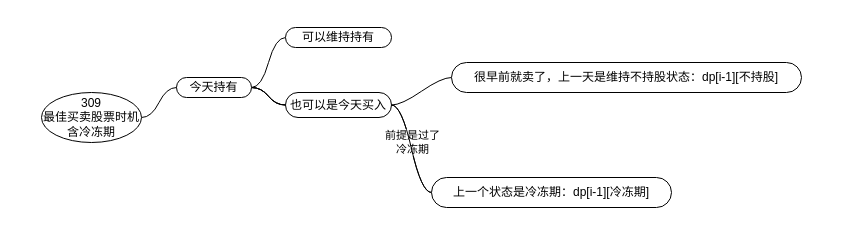
Before: Leetcode.drawio in AkiraZheng/diagrams, a draw.io diagram. Source tidied: cells renumbered, new cells numbered last; positions are measured from the earlier drawing's top-left corner, leaving out a move shared by most shapes. Both pictures are drawn from the tidied source at 100%, with x=0, y=0 at pixel (41, 27).
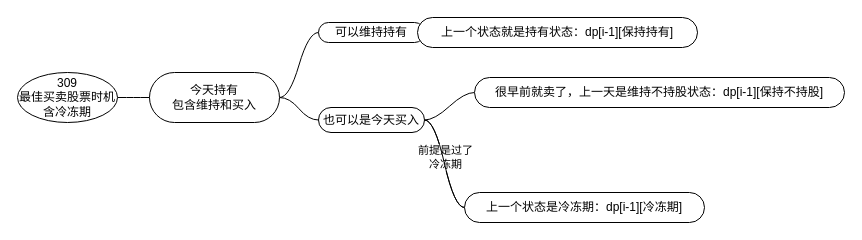
The same page after the edit.

The edit, as a diff of the source:
```diff
@@
 <mxGraphModel>
   <root>
     <mxCell id="0" />
     <mxCell id="1" parent="0" />
-    <mxCell id="2" style="edgeStyle=entityRelationEdgeStyle;rounded=0;jettySize=auto;html=1;startArrow=none;endArrow=none;segment=10;curved=1;sourcePerimeterSpacing=0;targetPerimeterSpacing=0;" parent="1" edge="1" source="6" target="9">
+    <mxCell id="2" style="edgeStyle=entityRelationEdgeStyle;rounded=0;jettySize=auto;html=1;startArrow=none;endArrow=none;segment=10;curved=1;sourcePerimeterSpacing=0;targetPerimeterSpacing=0;exitX=1;exitY=0.5;exitDx=0;exitDy=0;" parent="1" edge="1" source="6" target="9">
       <mxGeometry relative="1" as="geometry" />
     </mxCell>
-    <mxCell id="3" style="edgeStyle=entityRelationEdgeStyle;rounded=0;jettySize=auto;html=1;startArrow=none;endArrow=none;segment=10;curved=1;sourcePerimeterSpacing=0;targetPerimeterSpacing=0;" parent="1" edge="1" source="6" target="14">
-      <mxGeometry relative="1" as="geometry" />
-    </mxCell>
-    <mxCell id="4" style="edgeStyle=entityRelationEdgeStyle;rounded=0;jettySize=auto;html=1;startArrow=none;endArrow=none;segment=10;curved=1;sourcePerimeterSpacing=0;targetPerimeterSpacing=0;" parent="1" edge="1" source="6" target="14">
-      <mxGeometry relative="1" as="geometry" />
-    </mxCell>
-    <mxCell id="5" style="edgeStyle=entityRelationEdgeStyle;rounded=0;jettySize=auto;html=1;startArrow=none;endArrow=none;segment=10;curved=1;sourcePerimeterSpacing=0;targetPerimeterSpacing=0;" parent="1" edge="1" source="6" target="14">
+    <mxCell id="5" style="edgeStyle=entityRelationEdgeStyle;rounded=0;jettySize=auto;html=1;startArrow=none;endArrow=none;segment=10;curved=1;sourcePerimeterSpacing=0;targetPerimeterSpacing=0;exitX=1;exitY=0.5;exitDx=0;exitDy=0;" parent="1" edge="1" source="6" target="14">
       <mxGeometry relative="1" as="geometry" />
     </mxCell>
-    <mxCell id="6" value="今天持有" style="whiteSpace=wrap;html=1;rounded=1;arcSize=50;align=center;verticalAlign=middle;strokeWidth=1;spacing=4;newEdgeStyle={&quot;edgeStyle&quot;:&quot;entityRelationEdgeStyle&quot;,&quot;startArrow&quot;:&quot;none&quot;,&quot;endArrow&quot;:&quot;none&quot;,&quot;segment&quot;:10,&quot;curved&quot;:1,&quot;sourcePerimeterSpacing&quot;:0,&quot;targetPerimeterSpacing&quot;:0};" parent="1" vertex="1">
-      <mxGeometry x="135" y="50" width="75" height="20" as="geometry" />
+    <mxCell id="6" value="今天持有&lt;br&gt;包含维持和买入" style="whiteSpace=wrap;html=1;rounded=1;arcSize=50;align=center;verticalAlign=middle;strokeWidth=1;spacing=4;newEdgeStyle={&quot;edgeStyle&quot;:&quot;entityRelationEdgeStyle&quot;,&quot;startArrow&quot;:&quot;none&quot;,&quot;endArrow&quot;:&quot;none&quot;,&quot;segment&quot;:10,&quot;curved&quot;:1,&quot;sourcePerimeterSpacing&quot;:0,&quot;targetPerimeterSpacing&quot;:0};" parent="1" vertex="1">
+      <mxGeometry x="108" y="45" width="130" height="50" as="geometry" />
     </mxCell>
     <mxCell id="7" style="edgeStyle=entityRelationEdgeStyle;startArrow=none;endArrow=none;segment=10;curved=1;sourcePerimeterSpacing=0;targetPerimeterSpacing=0;rounded=0;exitX=1;exitY=0.5;exitDx=0;exitDy=0;" parent="1" edge="1" source="8" target="6">
       <mxGeometry relative="1" as="geometry" />
     </mxCell>
     <mxCell id="8" value="309&lt;br&gt;最佳买卖股票时机&lt;br&gt;含冷冻期" style="ellipse;whiteSpace=wrap;html=1;align=center;newEdgeStyle={&quot;edgeStyle&quot;:&quot;entityRelationEdgeStyle&quot;,&quot;startArrow&quot;:&quot;none&quot;,&quot;endArrow&quot;:&quot;none&quot;,&quot;segment&quot;:10,&quot;curved&quot;:1,&quot;sourcePerimeterSpacing&quot;:0,&quot;targetPerimeterSpacing&quot;:0};" parent="1" vertex="1">
-      <mxGeometry y="65" width="100" height="50" as="geometry" />
+      <mxGeometry x="-24" y="45" width="100" height="50" as="geometry" />
     </mxCell>
+    <mxCell id="17" style="edgeStyle=entityRelationEdgeStyle;rounded=0;jettySize=auto;html=1;startArrow=none;endArrow=none;segment=10;curved=1;sourcePerimeterSpacing=0;targetPerimeterSpacing=0;" parent="1" edge="1" source="9" target="18">
+      <mxGeometry relative="1" as="geometry" />
+    </mxCell>
     <mxCell id="9" value="可以维持持有" style="whiteSpace=wrap;html=1;rounded=1;arcSize=50;align=center;verticalAlign=middle;strokeWidth=1;spacing=4;newEdgeStyle={&quot;edgeStyle&quot;:&quot;entityRelationEdgeStyle&quot;,&quot;startArrow&quot;:&quot;none&quot;,&quot;endArrow&quot;:&quot;none&quot;,&quot;segment&quot;:10,&quot;curved&quot;:1,&quot;sourcePerimeterSpacing&quot;:0,&quot;targetPerimeterSpacing&quot;:0};" parent="1" vertex="1">
-      <mxGeometry x="244" width="106" height="20" as="geometry" />
+      <mxGeometry x="277" y="-5" width="106" height="20" as="geometry" />
     </mxCell>
     <mxCell id="10" style="edgeStyle=entityRelationEdgeStyle;rounded=0;jettySize=auto;html=1;startArrow=none;endArrow=none;segment=10;curved=1;sourcePerimeterSpacing=0;targetPerimeterSpacing=0;" parent="1" edge="1" source="14" target="15">
       <mxGeometry relative="1" as="geometry" />
     </mxCell>
     <mxCell id="11" value="前提是过了&lt;br&gt;冷冻期" style="edgeLabel;html=1;align=center;verticalAlign=middle;" parent="10" vertex="1">
       <mxGeometry x="-0.15" y="2" relative="1" as="geometry">
         <mxPoint y="1" as="offset" />
       </mxGeometry>
     </mxCell>
     <mxCell id="12" style="edgeStyle=entityRelationEdgeStyle;rounded=0;jettySize=auto;html=1;startArrow=none;endArrow=none;segment=10;curved=1;sourcePerimeterSpacing=0;targetPerimeterSpacing=0;" parent="1" edge="1" source="14" target="15">
       <mxGeometry relative="1" as="geometry" />
     </mxCell>
     <mxCell id="13" style="edgeStyle=entityRelationEdgeStyle;rounded=0;jettySize=auto;html=1;startArrow=none;endArrow=none;segment=10;curved=1;sourcePerimeterSpacing=0;targetPerimeterSpacing=0;" parent="1" edge="1" source="14" target="16">
       <mxGeometry relative="1" as="geometry" />
     </mxCell>
     <mxCell id="14" value="也可以是今天买入" style="whiteSpace=wrap;html=1;rounded=1;arcSize=50;align=center;verticalAlign=middle;strokeWidth=1;spacing=4;newEdgeStyle={&quot;edgeStyle&quot;:&quot;entityRelationEdgeStyle&quot;,&quot;startArrow&quot;:&quot;none&quot;,&quot;endArrow&quot;:&quot;none&quot;,&quot;segment&quot;:10,&quot;curved&quot;:1,&quot;sourcePerimeterSpacing&quot;:0,&quot;targetPerimeterSpacing&quot;:0};" parent="1" vertex="1">
-      <mxGeometry x="244" y="65" width="106" height="25" as="geometry" />
+      <mxGeometry x="277" y="80" width="106" height="25" as="geometry" />
     </mxCell>
     <mxCell id="15" value="上一个状态是冷冻期：dp[i-1][冷冻期]" style="whiteSpace=wrap;html=1;rounded=1;arcSize=50;align=center;verticalAlign=middle;strokeWidth=1;spacing=4;newEdgeStyle={&quot;edgeStyle&quot;:&quot;entityRelationEdgeStyle&quot;,&quot;startArrow&quot;:&quot;none&quot;,&quot;endArrow&quot;:&quot;none&quot;,&quot;segment&quot;:10,&quot;curved&quot;:1,&quot;sourcePerimeterSpacing&quot;:0,&quot;targetPerimeterSpacing&quot;:0};" parent="1" vertex="1">
-      <mxGeometry x="390" y="150" width="240" height="30" as="geometry" />
+      <mxGeometry x="423" y="165" width="240" height="30" as="geometry" />
     </mxCell>
-    <mxCell id="16" value="很早前就卖了，上一天是维持不持股状态：dp[i-1][不持股]" style="whiteSpace=wrap;html=1;rounded=1;arcSize=50;align=center;verticalAlign=middle;strokeWidth=1;spacing=4;newEdgeStyle={&quot;edgeStyle&quot;:&quot;entityRelationEdgeStyle&quot;,&quot;startArrow&quot;:&quot;none&quot;,&quot;endArrow&quot;:&quot;none&quot;,&quot;segment&quot;:10,&quot;curved&quot;:1,&quot;sourcePerimeterSpacing&quot;:0,&quot;targetPerimeterSpacing&quot;:0};" parent="1" vertex="1">
-      <mxGeometry x="410" y="35" width="350" height="30" as="geometry" />
+    <mxCell id="16" value="很早前就卖了，上一天是维持不持股状态：dp[i-1][保持不持股]" style="whiteSpace=wrap;html=1;rounded=1;arcSize=50;align=center;verticalAlign=middle;strokeWidth=1;spacing=4;newEdgeStyle={&quot;edgeStyle&quot;:&quot;entityRelationEdgeStyle&quot;,&quot;startArrow&quot;:&quot;none&quot;,&quot;endArrow&quot;:&quot;none&quot;,&quot;segment&quot;:10,&quot;curved&quot;:1,&quot;sourcePerimeterSpacing&quot;:0,&quot;targetPerimeterSpacing&quot;:0};" parent="1" vertex="1">
+      <mxGeometry x="433" y="50" width="370" height="30" as="geometry" />
     </mxCell>
+    <mxCell id="18" value="上一个状态就是持有状态：dp[i-1][保持持有]" style="whiteSpace=wrap;html=1;rounded=1;arcSize=50;align=center;verticalAlign=middle;strokeWidth=1;spacing=4;newEdgeStyle={&quot;edgeStyle&quot;:&quot;entityRelationEdgeStyle&quot;,&quot;startArrow&quot;:&quot;none&quot;,&quot;endArrow&quot;:&quot;none&quot;,&quot;segment&quot;:10,&quot;curved&quot;:1,&quot;sourcePerimeterSpacing&quot;:0,&quot;targetPerimeterSpacing&quot;:0};" parent="1" vertex="1">
+      <mxGeometry x="376" y="-10" width="280" height="30" as="geometry" />
+    </mxCell>
   </root>
 </mxGraphModel>
```
